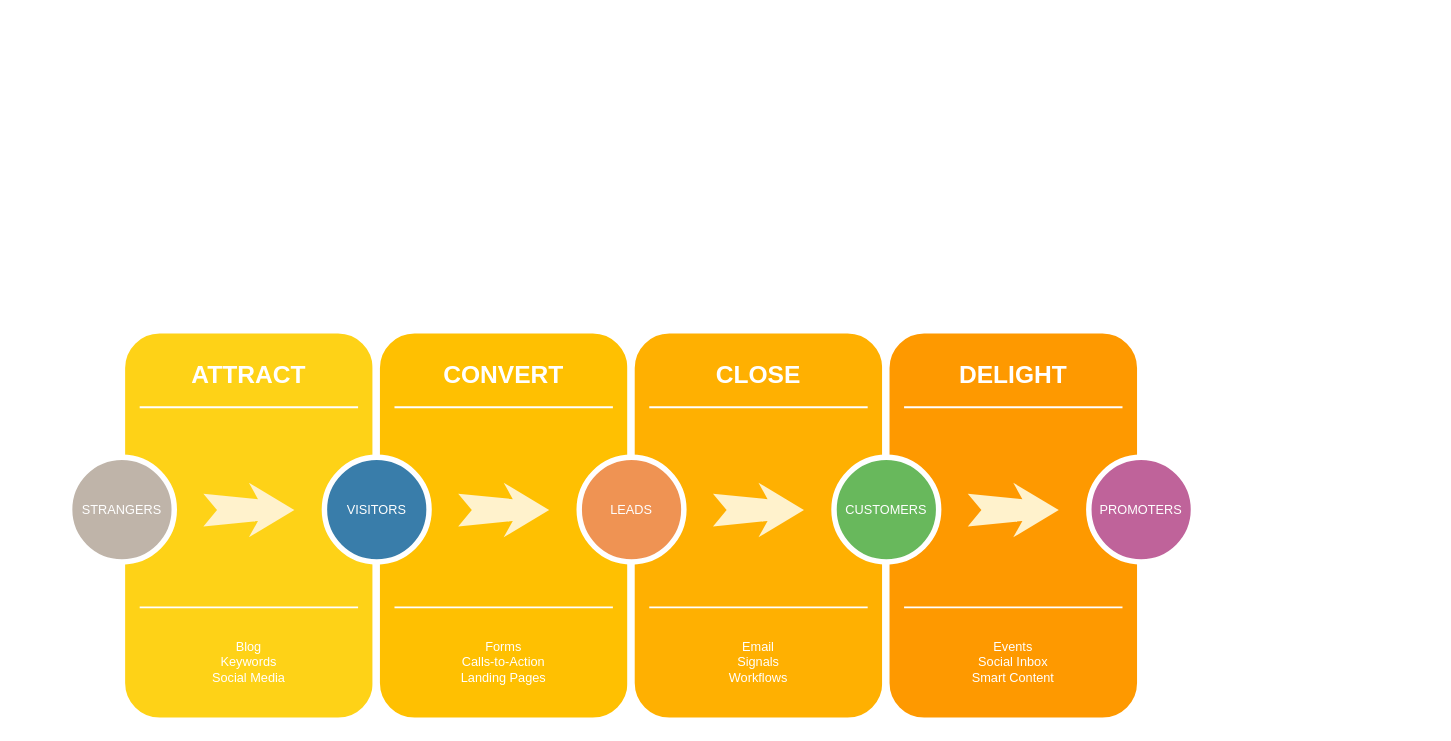
hardygege/work keeps this draw.io diagram as Untitled Diagram.drawio. Above is the earlier version. Source tidied: cells renumbered, new cells numbered last; positions are measured from the earlier drawing's top-left corner, leaving out a move shared by most shapes. Both pictures are drawn from the tidied source at 91%, with x=0, y=0 at pixel (69, 329).
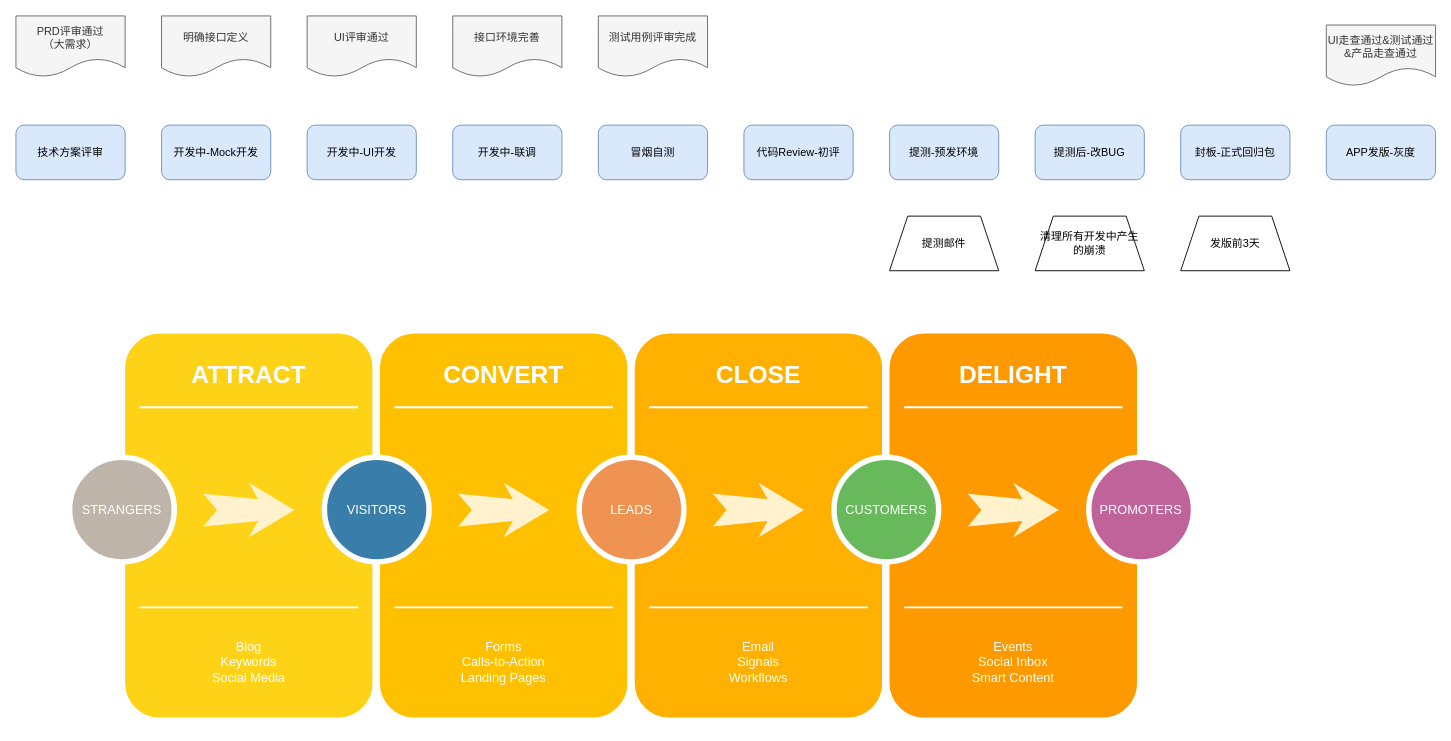
After the change.

Diff of the diagram source:
```diff
@@
+    <mxCell id="31" value="技术方案评审" style="rounded=1;whiteSpace=wrap;html=1;fillColor=#dae8fc;strokeColor=#6c8ebf;" parent="1" vertex="1">
+      <mxGeometry x="-59" y="-225" width="120" height="60" as="geometry" />
+    </mxCell>
+    <mxCell id="32" value="PRD评审通过&lt;br&gt;（大需求）" style="shape=document;whiteSpace=wrap;html=1;boundedLbl=1;fillColor=#f5f5f5;strokeColor=#666666;fontColor=#333333;" parent="1" vertex="1">
+      <mxGeometry x="-59" y="-345" width="120" height="67" as="geometry" />
+    </mxCell>
+    <mxCell id="33" value="开发中-Mock开发" style="rounded=1;whiteSpace=wrap;html=1;fillColor=#dae8fc;strokeColor=#6c8ebf;" parent="1" vertex="1">
+      <mxGeometry x="101" y="-225" width="120" height="60" as="geometry" />
+    </mxCell>
+    <mxCell id="34" value="开发中-UI开发" style="rounded=1;whiteSpace=wrap;html=1;fillColor=#dae8fc;strokeColor=#6c8ebf;" parent="1" vertex="1">
+      <mxGeometry x="261" y="-225" width="120" height="60" as="geometry" />
+    </mxCell>
+    <mxCell id="35" value="开发中-联调" style="rounded=1;whiteSpace=wrap;html=1;fillColor=#dae8fc;strokeColor=#6c8ebf;" parent="1" vertex="1">
+      <mxGeometry x="421" y="-225" width="120" height="60" as="geometry" />
+    </mxCell>
+    <mxCell id="36" value="冒烟自测" style="rounded=1;whiteSpace=wrap;html=1;fillColor=#dae8fc;strokeColor=#6c8ebf;" parent="1" vertex="1">
+      <mxGeometry x="581" y="-225" width="120" height="60" as="geometry" />
+    </mxCell>
+    <mxCell id="37" value="代码Review-初评" style="rounded=1;whiteSpace=wrap;html=1;fillColor=#dae8fc;strokeColor=#6c8ebf;" parent="1" vertex="1">
+      <mxGeometry x="741" y="-225" width="120" height="60" as="geometry" />
+    </mxCell>
+    <mxCell id="38" value="提测-预发环境" style="rounded=1;whiteSpace=wrap;html=1;fillColor=#dae8fc;strokeColor=#6c8ebf;" parent="1" vertex="1">
+      <mxGeometry x="901" y="-225" width="120" height="60" as="geometry" />
+    </mxCell>
+    <mxCell id="39" value="提测后-改BUG" style="rounded=1;whiteSpace=wrap;html=1;fillColor=#dae8fc;strokeColor=#6c8ebf;" parent="1" vertex="1">
+      <mxGeometry x="1061" y="-225" width="120" height="60" as="geometry" />
+    </mxCell>
+    <mxCell id="40" value="封板-正式回归包" style="rounded=1;whiteSpace=wrap;html=1;fillColor=#dae8fc;strokeColor=#6c8ebf;" parent="1" vertex="1">
+      <mxGeometry x="1221" y="-225" width="120" height="60" as="geometry" />
+    </mxCell>
+    <mxCell id="41" value="APP发版-灰度" style="rounded=1;whiteSpace=wrap;html=1;fillColor=#dae8fc;strokeColor=#6c8ebf;" parent="1" vertex="1">
+      <mxGeometry x="1381" y="-225" width="120" height="60" as="geometry" />
+    </mxCell>
+    <mxCell id="42" value="明确接口定义" style="shape=document;whiteSpace=wrap;html=1;boundedLbl=1;fillColor=#f5f5f5;strokeColor=#666666;fontColor=#333333;" parent="1" vertex="1">
+      <mxGeometry x="101" y="-345" width="120" height="67" as="geometry" />
+    </mxCell>
+    <mxCell id="43" value="UI评审通过" style="shape=document;whiteSpace=wrap;html=1;boundedLbl=1;fillColor=#f5f5f5;strokeColor=#666666;fontColor=#333333;" parent="1" vertex="1">
+      <mxGeometry x="261" y="-345" width="120" height="67" as="geometry" />
+    </mxCell>
+    <mxCell id="44" value="接口环境完善" style="shape=document;whiteSpace=wrap;html=1;boundedLbl=1;fillColor=#f5f5f5;strokeColor=#666666;fontColor=#333333;" parent="1" vertex="1">
+      <mxGeometry x="421" y="-345" width="120" height="67" as="geometry" />
+    </mxCell>
+    <mxCell id="45" value="测试用例评审完成" style="shape=document;whiteSpace=wrap;html=1;boundedLbl=1;fillColor=#f5f5f5;strokeColor=#666666;fontColor=#333333;" parent="1" vertex="1">
+      <mxGeometry x="581" y="-345" width="120" height="67" as="geometry" />
+    </mxCell>
+    <mxCell id="46" value="提测邮件" style="shape=trapezoid;perimeter=trapezoidPerimeter;whiteSpace=wrap;html=1;fixedSize=1;" parent="1" vertex="1">
+      <mxGeometry x="901" y="-125" width="120" height="60" as="geometry" />
+    </mxCell>
+    <mxCell id="47" value="发版前3天" style="shape=trapezoid;perimeter=trapezoidPerimeter;whiteSpace=wrap;html=1;fixedSize=1;" parent="1" vertex="1">
+      <mxGeometry x="1221" y="-125" width="120" height="60" as="geometry" />
+    </mxCell>
+    <mxCell id="48" value="UI走查通过&amp;amp;测试通过&amp;amp;产品走查通过" style="shape=document;whiteSpace=wrap;html=1;boundedLbl=1;fillColor=#f5f5f5;strokeColor=#666666;fontColor=#333333;" parent="1" vertex="1">
+      <mxGeometry x="1381" y="-335" width="120" height="67" as="geometry" />
+    </mxCell>
+    <mxCell id="49" value="清理所有开发中产生的崩溃" style="shape=trapezoid;perimeter=trapezoidPerimeter;whiteSpace=wrap;html=1;fixedSize=1;" parent="1" vertex="1">
+      <mxGeometry x="1061" y="-125" width="120" height="60" as="geometry" />
+    </mxCell>
```
